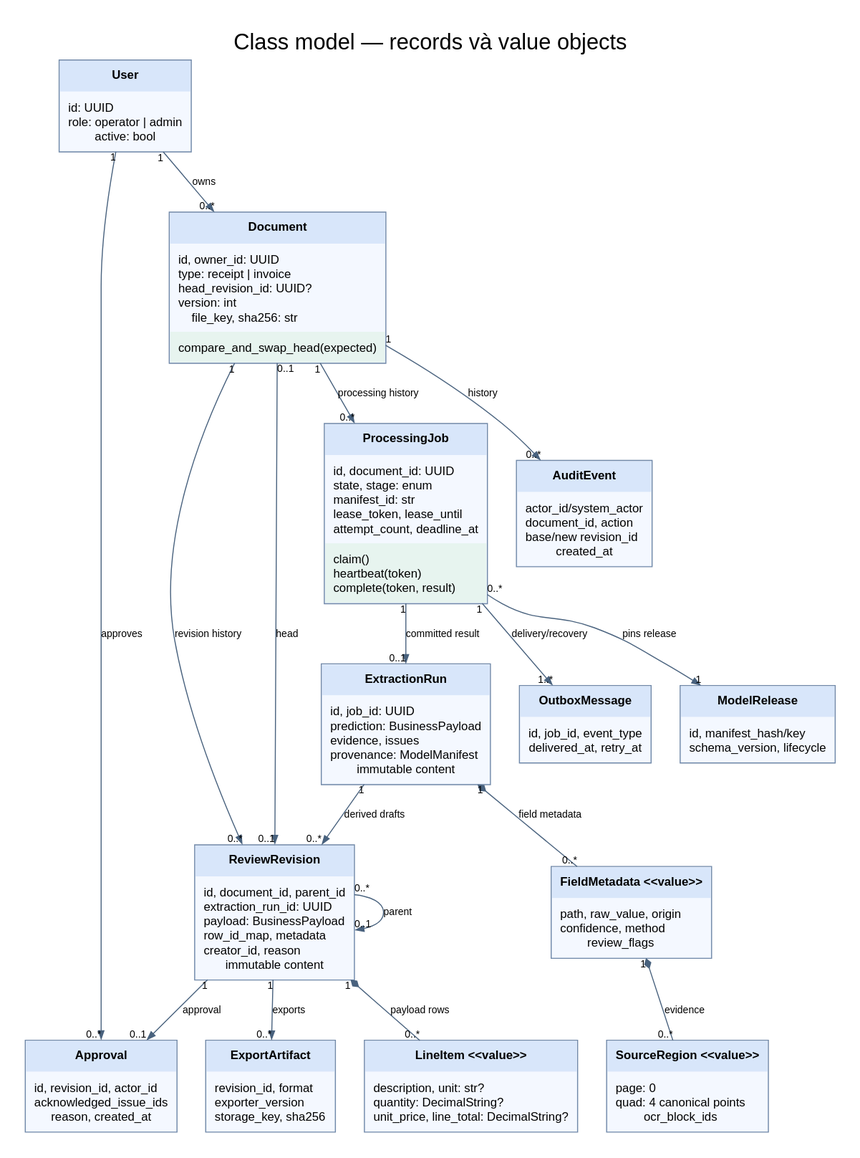
harivodich/SE2026-T08 keeps this PlantUML diagram as docs/uml/07-domain-classes.svg. Above is the earlier version. Its source is kept beside it as docs/uml/07-domain-classes.puml. Its diagram source:
```plantuml
@startuml
title Class model — records và value objects
skinparam defaultFontName Arial
skinparam shadowing false
skinparam backgroundColor #FFFFFF
skinparam ArrowColor #405670
class "User" as User #E8F0FC {
  +id: UUID
  +role: operator | admin
  +active: bool
}
class "Document" as Document #E8F0FC {
  +id, owner_id: UUID
  +type: receipt | invoice
  +head_revision_id: UUID?
  +version: int
  +file_key, sha256: str
  +compare_and_swap_head(expected)
}
class "ProcessingJob" as Job #E8F0FC {
  +id, document_id: UUID
  +state, stage: enum
  +manifest_id: str
  +lease_token, lease_until
  +attempt_count, deadline_at
  +claim()
  +heartbeat(token)
  +complete(token, result)
}
class "ExtractionRun" as Run #E8F0FC {
  +id, job_id: UUID
  +prediction: BusinessPayload
  +evidence, issues
  +provenance: ModelManifest
  +immutable content
}
class "ReviewRevision" as Revision #E8F0FC {
  +id, document_id, parent_id
  +extraction_run_id: UUID
  +payload: BusinessPayload
  +row_id_map, metadata
  +creator_id, reason
  +immutable content
}
class "Approval" as Approval #E8F0FC {
  +id, revision_id, actor_id
  +acknowledged_issue_ids
  +reason, created_at
}
class "ExportArtifact" as Export #E8F0FC {
  +revision_id, format
  +exporter_version
  +storage_key, sha256
}
class "LineItem <<value>>" as Item #E8F0FC {
  +description, unit: str?
  +quantity: DecimalString?
  +unit_price, line_total: DecimalString?
}
class "FieldMetadata <<value>>" as Meta #E8F0FC {
  +path, raw_value, origin
  +confidence, method
  +review_flags
}
class "SourceRegion <<value>>" as Region #E8F0FC {
  +page: 0
  +quad: 4 canonical points
  +ocr_block_ids
}
class "OutboxMessage" as Outbox #E8F0FC {
  +id, job_id, event_type
  +delivered_at, retry_at
}
class "ModelRelease" as Model #E8F0FC {
  +id, manifest_hash/key
  +schema_version, lifecycle
}
class "AuditEvent" as Audit #E8F0FC {
  +actor_id/system_actor
  +document_id, action
  +base/new revision_id
  +created_at
}
User "1" --> "0..*" Document : owns
Document "1" --> "0..*" Job : processing history
Job "1" --> "0..1" Run : committed result
Document "1" --> "0..*" Revision : revision history
Document "0..1" --> "0..1" Revision : head
Revision "0..*" --> "0..1" Revision : parent
Run "1" --> "0..*" Revision : derived drafts
Revision "1" --> "0..1" Approval : approval
Revision "1" --> "0..*" Export : exports
Revision "1" *-- "0..*" Item : payload rows
Run "1" *-- "0..*" Meta : field metadata
Meta "1" *-- "0..*" Region : evidence
Job "1" --> "1..*" Outbox : delivery/recovery
Job "0..*" --> "1" Model : pins release
Document "1" --> "0..*" Audit : history
User "1" --> "0..*" Approval : approves
legend bottom
Payload revision immutable; approval độc lập. Các value objects không phải mỗi cái một ORM table.
endlegend
@enduml
```
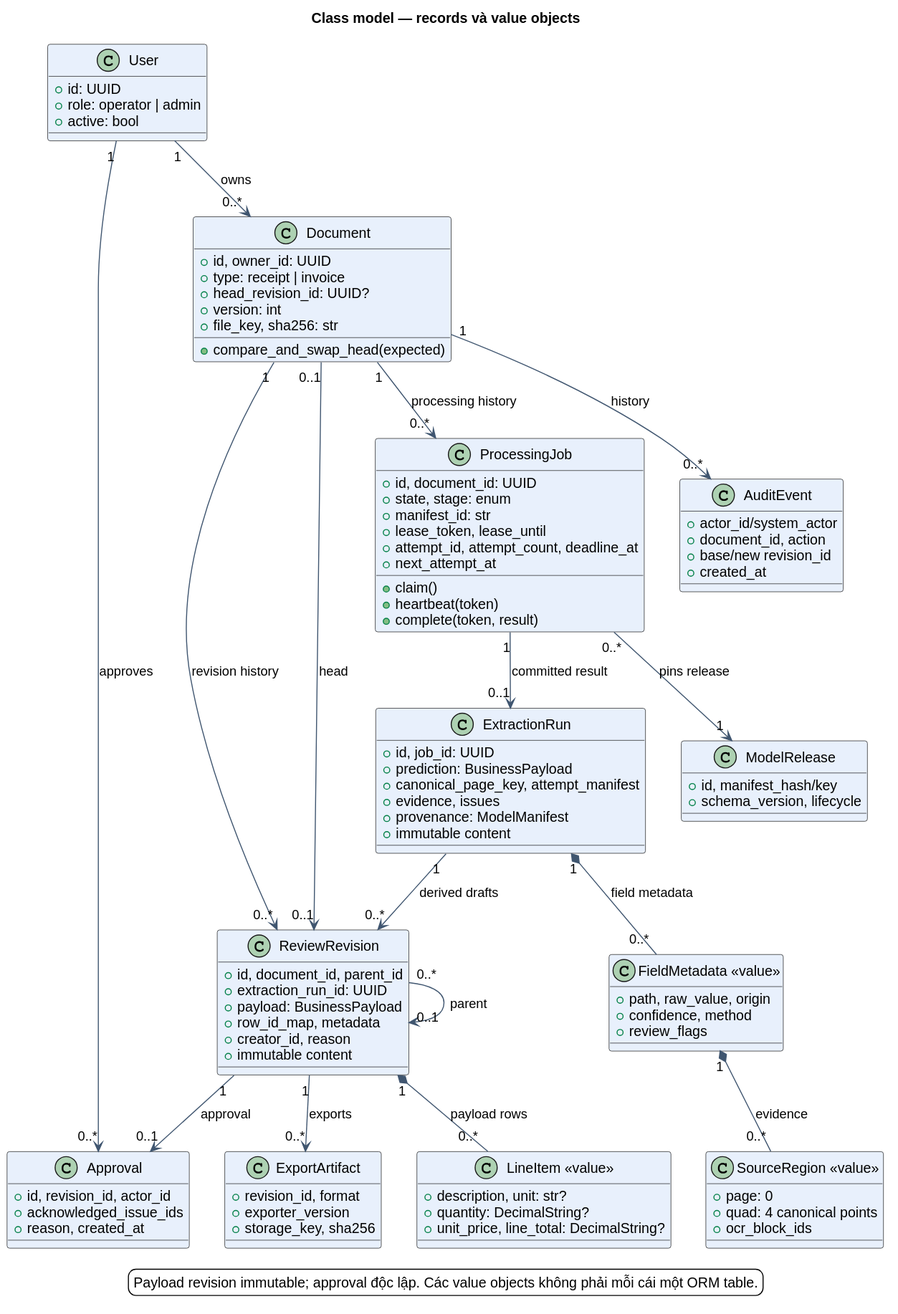
The same file after the commit.

Diff of the diagram source:
```diff
@@ -22,7 +22,8 @@
   +state, stage: enum
   +manifest_id: str
   +lease_token, lease_until
-  +attempt_count, deadline_at
+  +attempt_id, attempt_count, deadline_at
+  +next_attempt_at
   +claim()
   +heartbeat(token)
   +complete(token, result)
@@ -30,6 +31,7 @@
 class "ExtractionRun" as Run #E8F0FC {
   +id, job_id: UUID
   +prediction: BusinessPayload
+  +canonical_page_key, attempt_manifest
   +evidence, issues
   +provenance: ModelManifest
   +immutable content
@@ -67,10 +69,6 @@
   +quad: 4 canonical points
   +ocr_block_ids
 }
-class "OutboxMessage" as Outbox #E8F0FC {
-  +id, job_id, event_type
-  +delivered_at, retry_at
-}
 class "ModelRelease" as Model #E8F0FC {
   +id, manifest_hash/key
   +schema_version, lifecycle
@@ -93,7 +91,6 @@
 Revision "1" *-- "0..*" Item : payload rows
 Run "1" *-- "0..*" Meta : field metadata
 Meta "1" *-- "0..*" Region : evidence
-Job "1" --> "1..*" Outbox : delivery/recovery
 Job "0..*" --> "1" Model : pins release
 Document "1" --> "0..*" Audit : history
 User "1" --> "0..*" Approval : approves
```
